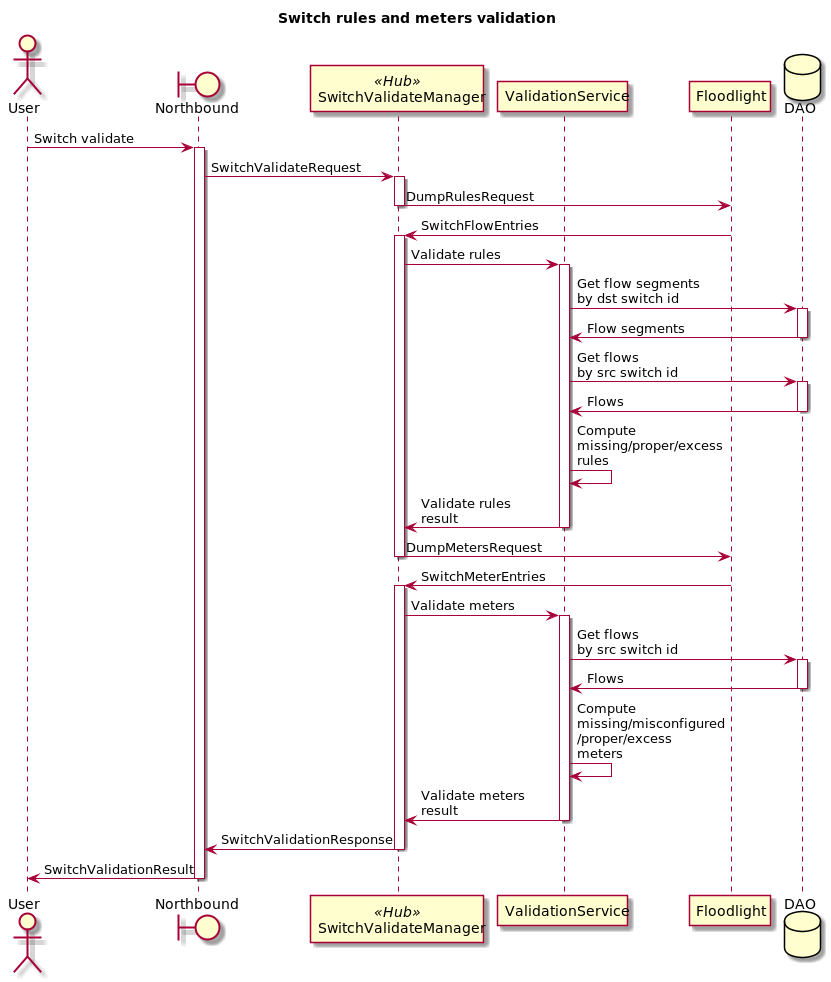
This is docs/design/hub-and-spoke/switch-validate/h&s-switch-validate.png from telstra/open-kilda, a PlantUML export, as it was before one commit.
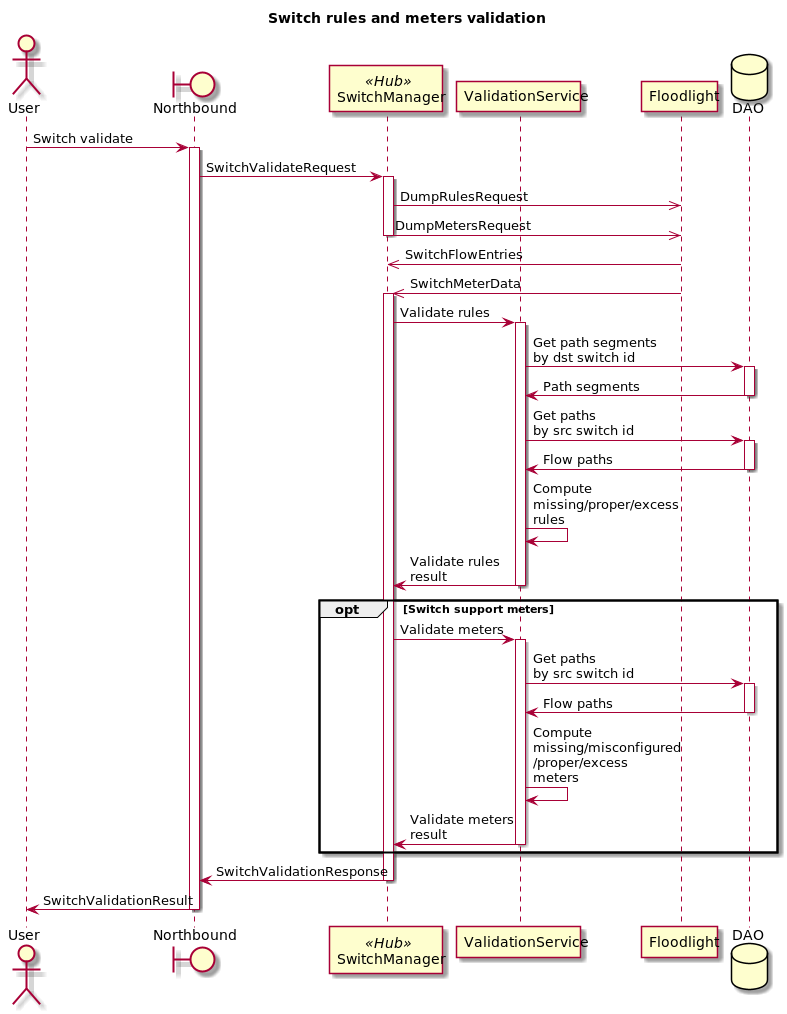
Later version of the same file.

The edit, as a diff of the source:
```diff
@@ -3,7 +3,7 @@
 
 actor User
 boundary Northbound as NB
-participant SwitchValidateManager << Hub >>
+participant SwitchManager << Hub >>
 participant ValidationService
 participant Floodlight as FL
 database DAO
@@ -11,47 +11,49 @@
 User -> NB : Switch validate
 
 activate NB
-NB -> SwitchValidateManager : SwitchValidateRequest
-activate SwitchValidateManager
+NB -> SwitchManager : SwitchValidateRequest
+activate SwitchManager
 
-SwitchValidateManager -> FL : DumpRulesRequest
-deactivate SwitchValidateManager
-FL -> SwitchValidateManager : SwitchFlowEntries
-activate SwitchValidateManager
-SwitchValidateManager -> ValidationService : Validate rules
+SwitchManager ->> FL : DumpRulesRequest
+SwitchManager ->> FL : DumpMetersRequest
+deactivate SwitchManager
+
+FL ->> SwitchManager : SwitchFlowEntries
+FL ->> SwitchManager : SwitchMeterData
+
+activate SwitchManager
+SwitchManager -> ValidationService : Validate rules
 activate ValidationService
-ValidationService -> DAO : Get flow segments\nby dst switch id
+ValidationService -> DAO : Get path segments\nby dst switch id
 activate DAO
-DAO -> ValidationService : Flow segments
+DAO -> ValidationService : Path segments
 deactivate DAO
-ValidationService -> DAO : Get flows\nby src switch id
+ValidationService -> DAO : Get paths\nby src switch id
 activate DAO
-DAO -> ValidationService : Flows
+DAO -> ValidationService : Flow paths
 deactivate DAO
 ValidationService -> ValidationService : Compute\nmissing/proper/excess\nrules
 
-ValidationService -> SwitchValidateManager : Validate rules\nresult
+ValidationService -> SwitchManager : Validate rules\nresult
 deactivate ValidationService
 
-SwitchValidateManager -> FL : DumpMetersRequest
-deactivate SwitchValidateManager
-FL -> SwitchValidateManager : SwitchMeterEntries
-activate SwitchValidateManager
-SwitchValidateManager -> ValidationService : Validate meters
-activate ValidationService
+opt Switch support meters
+    SwitchManager -> ValidationService : Validate meters
+    activate ValidationService
 
-ValidationService -> DAO : Get flows\nby src switch id
-activate DAO
-DAO -> ValidationService : Flows
-deactivate DAO
-ValidationService -> ValidationService : Compute\nmissing/misconfigured\n/proper/excess\nmeters
+    ValidationService -> DAO : Get paths\nby src switch id
+    activate DAO
+    DAO -> ValidationService : Flow paths
+    deactivate DAO
+    ValidationService -> ValidationService : Compute\nmissing/misconfigured\n/proper/excess\nmeters
 
-ValidationService -> SwitchValidateManager : Validate meters\nresult
-deactivate ValidationService
+    ValidationService -> SwitchManager : Validate meters\nresult
+    deactivate ValidationService
+end
 
-SwitchValidateManager -> NB : SwitchValidationResponse
-deactivate SwitchValidateManager
+SwitchManager -> NB : SwitchValidationResponse
+deactivate SwitchManager
 NB -> User : SwitchValidationResult
 deactivate NB
 
- @enduml
+@enduml
```
